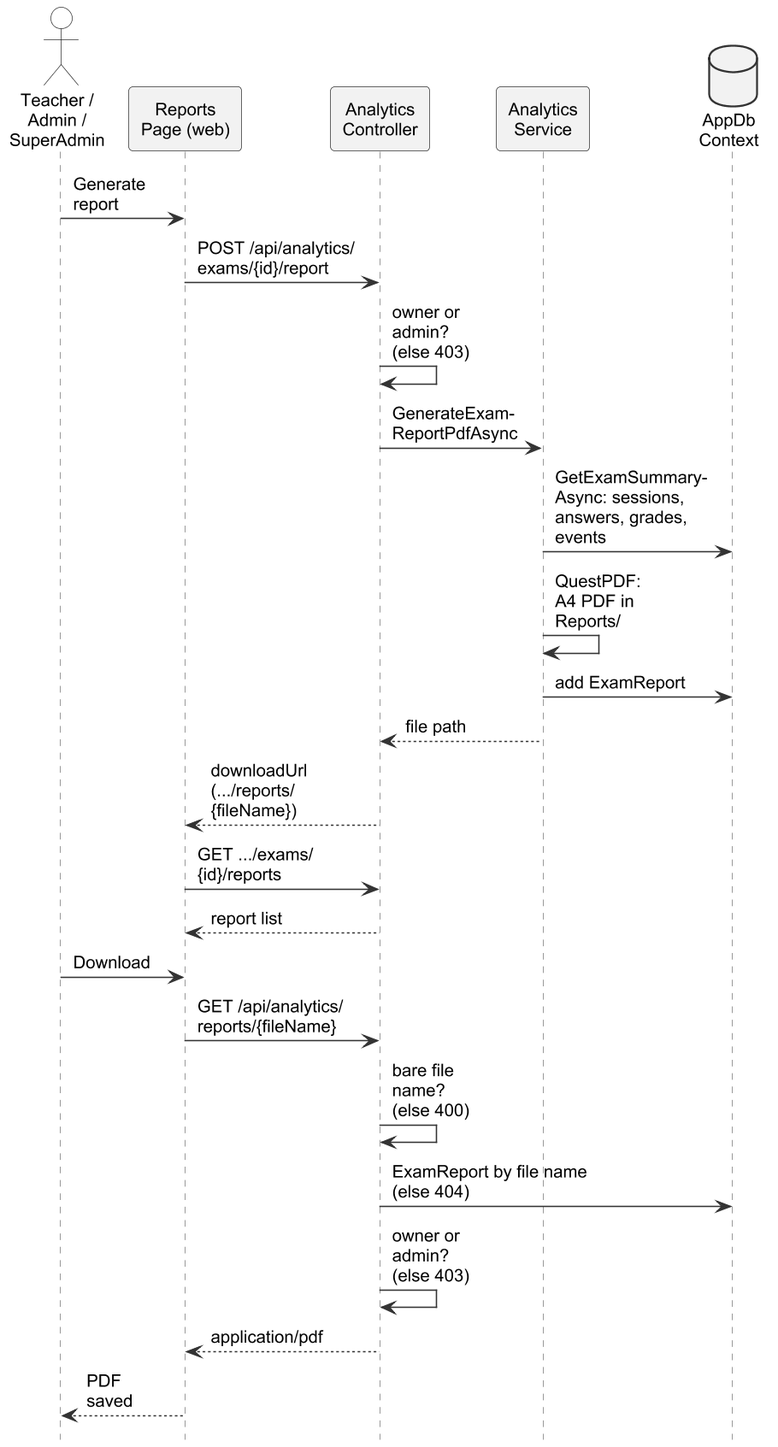
Before: important docs/fyp_doc_3chatp/Figures/seq_audit.png, a diagram exported from PlantUML (Haiderali27-hub/AI-Lab-Monitoring-). Source of this version:
```plantuml
@startuml
!include style.iuml
skinparam ArrowFontSize 13
skinparam defaultFontSize 13
hide footbox
skinparam ParticipantPadding 0
skinparam sequence {
  MessageAlign left
}
skinparam maxMessageSize 300

actor "Teacher /\nAdmin /\nSuperAdmin" as T
participant "Reports\nPage (web)" as RP
participant "Analytics\nController" as AC
participant "Analytics\nService" as AS
database "AppDb\nContext" as DB

T -> RP : Generate\nreport
RP -> AC : POST /api/analytics/\nexams/{id}/report
AC -> AC : owner or\nadmin?\n(else 403)
AC -> AS : GenerateExam-\nReportPdfAsync
AS -> DB : GetExamSummary-\nAsync: sessions,\nanswers, grades,\nevents
AS -> AS : QuestPDF:\nA4 PDF in\nReports/
AS -> DB : add ExamReport
AS --> AC : file path
AC --> RP : downloadUrl\n(.../reports/\n{fileName})
RP -> AC : GET .../exams/\n{id}/reports
AC --> RP : report list
T -> RP : Download
RP -> AC : GET /api/analytics/\nreports/{fileName}
AC -> AC : bare file\nname?\n(else 400)
AC -> DB : ExamReport by file name\n(else 404)
AC -> AC : owner or\nadmin?\n(else 403)
AC --> RP : application/pdf
RP --> T : PDF\nsaved
@enduml
```
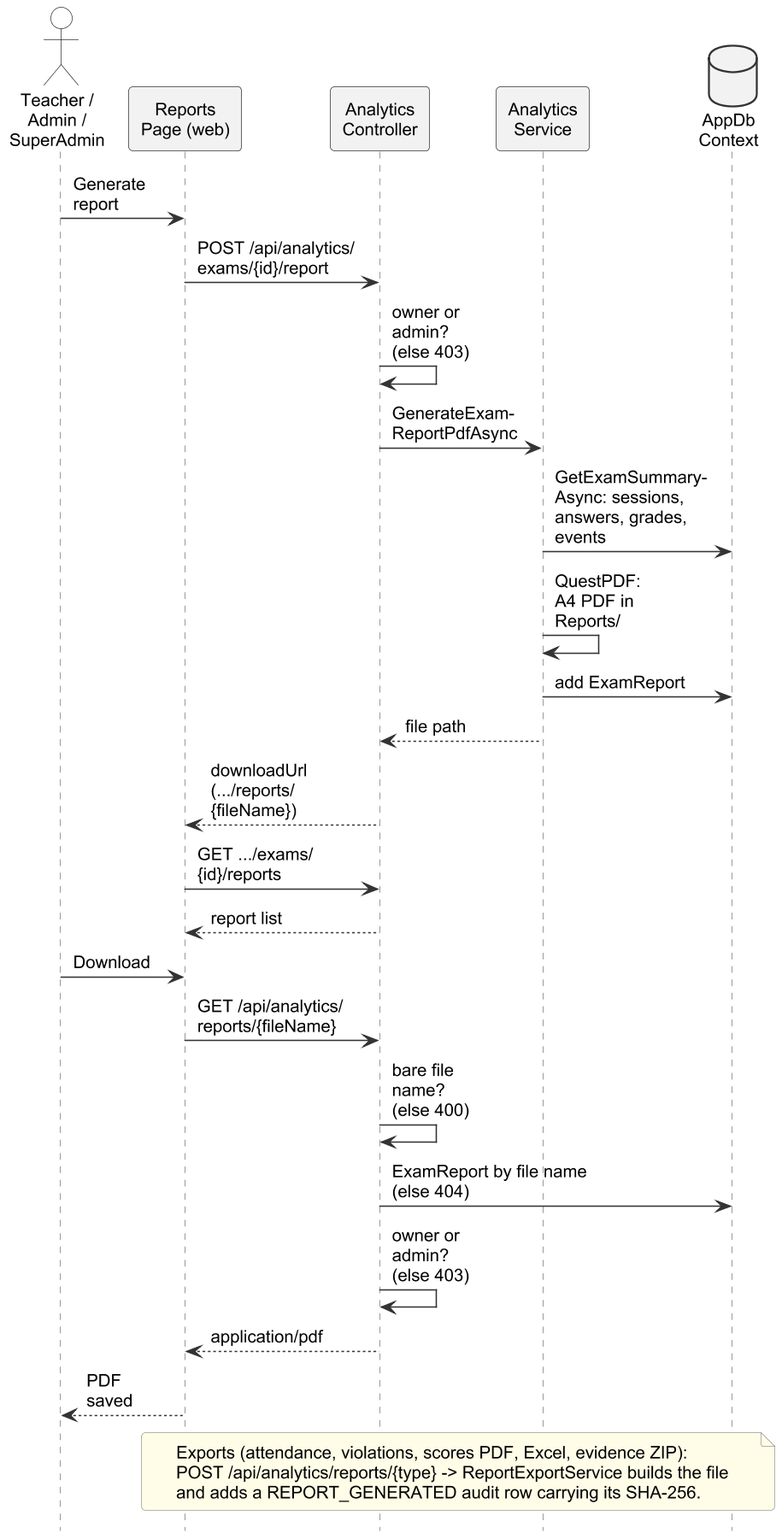
After the change.

Diff of the diagram source:
```diff
@@ -33,4 +33,9 @@
 AC -> AC : owner or\nadmin?\n(else 403)
 AC --> RP : application/pdf
 RP --> T : PDF\nsaved
+note over RP, DB
+  Exports (attendance, violations, scores PDF, Excel, evidence ZIP):
+  POST /api/analytics/reports/{type} -> ReportExportService builds the file
+  and adds a REPORT_GENERATED audit row carrying its SHA-256.
+end note
 @enduml
```
